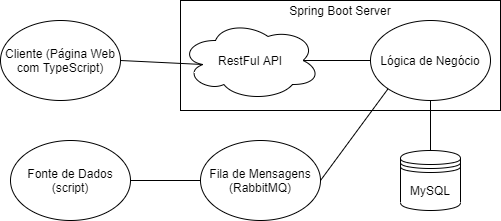
Above: report/projectSpecificationReport/arquitetura.png in rafaelbaptista13/projeto_ies (draw.io), before the change. Source tidied: cells renumbered, new cells last; positions are measured from the earlier drawing's top-left corner, leaving out a move shared by most shapes.
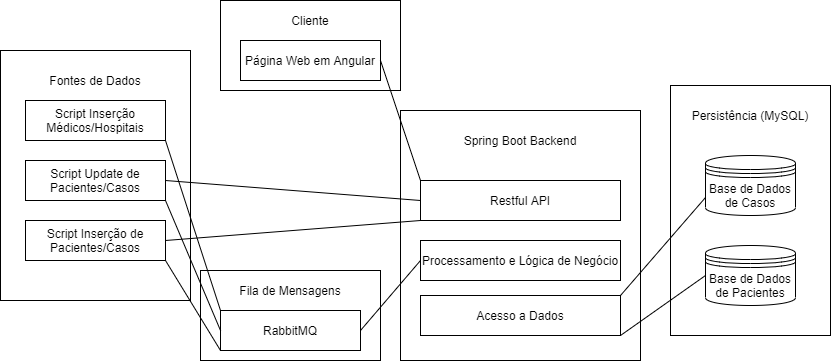
Later version of the same file.

Change to the diagram source:
```diff
@@ -2,44 +2,92 @@
   <root>
     <mxCell id="0" />
     <mxCell id="1" parent="0" />
+    <mxCell id="15" style="rounded=0;whiteSpace=wrap;html=1;" parent="1" vertex="1">
+      <mxGeometry x="250" y="-120" width="180" height="90" as="geometry" />
+    </mxCell>
+    <mxCell id="16" style="rounded=0;whiteSpace=wrap;html=1;" parent="1" vertex="1">
+      <mxGeometry x="230" y="150" width="180" height="90" as="geometry" />
+    </mxCell>
+    <mxCell id="17" style="rounded=0;whiteSpace=wrap;html=1;" parent="1" vertex="1">
+      <mxGeometry x="30" y="-70" width="190" height="250" as="geometry" />
+    </mxCell>
+    <mxCell id="18" style="rounded=0;whiteSpace=wrap;html=1;" parent="1" vertex="1">
+      <mxGeometry x="700" y="-35" width="160" height="250" as="geometry" />
+    </mxCell>
     <mxCell id="2" style="rounded=0;whiteSpace=wrap;html=1;" parent="1" vertex="1">
-      <mxGeometry x="180" width="320" height="110" as="geometry" />
+      <mxGeometry x="430" y="-10" width="240" height="250" as="geometry" />
     </mxCell>
-    <mxCell id="3" value="MySQL" style="shape=datastore;whiteSpace=wrap;html=1;" parent="1" vertex="1">
-      <mxGeometry x="400" y="150" width="60" height="60" as="geometry" />
+    <mxCell id="3" value="Base de Dados de Casos" style="shape=datastore;whiteSpace=wrap;html=1;" parent="1" vertex="1">
+      <mxGeometry x="735" y="35" width="90" height="60" as="geometry" />
     </mxCell>
-    <mxCell id="4" value="Lógica de Negócio" style="ellipse;whiteSpace=wrap;html=1;" parent="1" vertex="1">
-      <mxGeometry x="370" y="20" width="120" height="80" as="geometry" />
-    </mxCell>
-    <mxCell id="5" value="Cliente (Página Web com TypeScript)" style="ellipse;whiteSpace=wrap;html=1;" parent="1" vertex="1">
-      <mxGeometry y="20" width="120" height="80" as="geometry" />
-    </mxCell>
-    <mxCell id="6" value="Fila de Mensagens (RabbitMQ)" style="ellipse;whiteSpace=wrap;html=1;" parent="1" vertex="1">
-      <mxGeometry x="200" y="140" width="120" height="80" as="geometry" />
-    </mxCell>
-    <mxCell id="7" value="Fonte de Dados (script)" style="ellipse;whiteSpace=wrap;html=1;" parent="1" vertex="1">
-      <mxGeometry x="10" y="140" width="120" height="80" as="geometry" />
-    </mxCell>
-    <mxCell id="8" style="endArrow=none;html=1;exitX=1;exitY=0.5;exitDx=0;exitDy=0;entryX=0.16;entryY=0.55;entryDx=0;entryDy=0;entryPerimeter=0;" parent="1" edge="1" source="5" target="14">
-      <mxGeometry relative="1" as="geometry" />
-    </mxCell>
-    <mxCell id="9" style="endArrow=none;html=1;exitX=0.875;exitY=0.5;exitDx=0;exitDy=0;entryX=0;entryY=0.5;entryDx=0;entryDy=0;exitPerimeter=0;" parent="1" edge="1" source="14" target="4">
-      <mxGeometry relative="1" as="geometry" />
-    </mxCell>
-    <mxCell id="10" style="endArrow=none;html=1;exitX=1;exitY=0.5;exitDx=0;exitDy=0;entryX=0;entryY=0.5;entryDx=0;entryDy=0;" parent="1" edge="1" source="7" target="6">
-      <mxGeometry relative="1" as="geometry" />
-    </mxCell>
-    <mxCell id="11" style="endArrow=none;html=1;exitX=1;exitY=0.5;exitDx=0;exitDy=0;entryX=0;entryY=1;entryDx=0;entryDy=0;" parent="1" edge="1" source="6" target="4">
+    <mxCell id="11" style="endArrow=none;html=1;exitX=1;exitY=0.5;exitDx=0;exitDy=0;entryX=0;entryY=0.5;entryDx=0;entryDy=0;" parent="1" edge="1" source="27" target="25">
       <mxGeometry relative="1" as="geometry" />
     </mxCell>
-    <mxCell id="12" style="endArrow=none;html=1;entryX=0.5;entryY=0;entryDx=0;entryDy=0;exitX=0.5;exitY=1;exitDx=0;exitDy=0;" parent="1" edge="1" source="4" target="3">
-      <mxGeometry relative="1" as="geometry" />
-    </mxCell>
-    <mxCell id="13" value="Spring Boot Server" style="text;html=1;strokeColor=none;fillColor=none;align=center;verticalAlign=middle;whiteSpace=wrap;rounded=0;" parent="1" vertex="1">
-      <mxGeometry x="280" width="120" height="20" as="geometry" />
+    <mxCell id="13" value="Spring Boot Backend" style="text;html=1;strokeColor=none;fillColor=none;align=center;verticalAlign=middle;whiteSpace=wrap;rounded=0;" parent="1" vertex="1">
+      <mxGeometry x="430" y="10" width="240" height="20" as="geometry" />
     </mxCell>
-    <mxCell id="14" value="RestFul API" style="ellipse;shape=cloud;whiteSpace=wrap;html=1;align=center;" parent="1" vertex="1">
-      <mxGeometry x="180" y="20" width="140" height="80" as="geometry" />
-    </mxCell>
+    <mxCell id="19" value="Persistência (MySQL)" style="text;html=1;strokeColor=none;fillColor=none;align=center;verticalAlign=middle;whiteSpace=wrap;rounded=0;" parent="1" vertex="1">
+      <mxGeometry x="700" y="-15" width="160" height="20" as="geometry" />
+    </mxCell>
+    <mxCell id="20" value="Base de Dados de Pacientes" style="shape=datastore;whiteSpace=wrap;html=1;" parent="1" vertex="1">
+      <mxGeometry x="735" y="125" width="90" height="60" as="geometry" />
+    </mxCell>
+    <mxCell id="21" value="Fontes de Dados" style="text;html=1;strokeColor=none;fillColor=none;align=center;verticalAlign=middle;whiteSpace=wrap;rounded=0;" parent="1" vertex="1">
+      <mxGeometry x="30" y="-50" width="190" height="20" as="geometry" />
+    </mxCell>
+    <mxCell id="22" value="Acesso a Dados" style="rounded=0;whiteSpace=wrap;html=1;" parent="1" vertex="1">
+      <mxGeometry x="450" y="175" width="200" height="40" as="geometry" />
+    </mxCell>
+    <mxCell id="23" style="endArrow=none;html=1;entryX=1;entryY=0;entryDx=0;entryDy=0;exitX=0;exitY=0.7;exitDx=0;exitDy=0;" parent="1" edge="1" source="3" target="22">
+      <mxGeometry relative="1" as="geometry" />
+    </mxCell>
+    <mxCell id="24" style="endArrow=none;html=1;entryX=1;entryY=1;entryDx=0;entryDy=0;exitX=0;exitY=0.5;exitDx=0;exitDy=0;" parent="1" edge="1" source="20" target="22">
+      <mxGeometry relative="1" as="geometry" />
+    </mxCell>
+    <mxCell id="25" value="Processamento e Lógica de Negócio" style="rounded=0;whiteSpace=wrap;html=1;" parent="1" vertex="1">
+      <mxGeometry x="450" y="120" width="200" height="40" as="geometry" />
+    </mxCell>
+    <mxCell id="26" value="Restful API" style="rounded=0;whiteSpace=wrap;html=1;" parent="1" vertex="1">
+      <mxGeometry x="450" y="60" width="200" height="40" as="geometry" />
+    </mxCell>
+    <mxCell id="27" value="RabbitMQ" style="rounded=0;whiteSpace=wrap;html=1;" parent="1" vertex="1">
+      <mxGeometry x="250" y="190" width="140" height="40" as="geometry" />
+    </mxCell>
+    <mxCell id="28" value="Fila de Mensagens" style="text;html=1;strokeColor=none;fillColor=none;align=center;verticalAlign=middle;whiteSpace=wrap;rounded=0;" parent="1" vertex="1">
+      <mxGeometry x="230" y="160" width="180" height="20" as="geometry" />
+    </mxCell>
+    <mxCell id="29" value="Cliente" style="text;html=1;strokeColor=none;fillColor=none;align=center;verticalAlign=middle;whiteSpace=wrap;rounded=0;" parent="1" vertex="1">
+      <mxGeometry x="260" y="-110" width="160" height="20" as="geometry" />
+    </mxCell>
+    <mxCell id="30" value="Página Web em Angular" style="rounded=0;whiteSpace=wrap;html=1;" parent="1" vertex="1">
+      <mxGeometry x="270" y="-80" width="140" height="40" as="geometry" />
+    </mxCell>
+    <mxCell id="31" style="endArrow=none;html=1;entryX=0;entryY=0;entryDx=0;entryDy=0;exitX=1;exitY=0.5;exitDx=0;exitDy=0;" parent="1" edge="1" source="30" target="26">
+      <mxGeometry relative="1" as="geometry" />
+    </mxCell>
+    <mxCell id="32" value="Script Inserção de Pacientes/Casos" style="rounded=0;whiteSpace=wrap;html=1;" parent="1" vertex="1">
+      <mxGeometry x="55" y="100" width="140" height="40" as="geometry" />
+    </mxCell>
+    <mxCell id="33" style="endArrow=none;html=1;exitX=1;exitY=0.5;exitDx=0;exitDy=0;entryX=0;entryY=1;entryDx=0;entryDy=0;" parent="1" edge="1" source="32" target="26">
+      <mxGeometry relative="1" as="geometry" />
+    </mxCell>
+    <mxCell id="34" value="Script Update de Pacientes/Casos" style="rounded=0;whiteSpace=wrap;html=1;" parent="1" vertex="1">
+      <mxGeometry x="55" y="40" width="140" height="40" as="geometry" />
+    </mxCell>
+    <mxCell id="35" style="endArrow=none;html=1;entryX=1;entryY=0.5;entryDx=0;entryDy=0;exitX=0;exitY=0.5;exitDx=0;exitDy=0;" parent="1" edge="1" source="26" target="34">
+      <mxGeometry relative="1" as="geometry" />
+    </mxCell>
+    <mxCell id="36" value="Script Inserção Médicos/Hospitais" style="rounded=0;whiteSpace=wrap;html=1;" parent="1" vertex="1">
+      <mxGeometry x="55" y="-20" width="140" height="40" as="geometry" />
+    </mxCell>
+    <mxCell id="37" style="endArrow=none;html=1;entryX=1;entryY=1;entryDx=0;entryDy=0;exitX=0;exitY=0;exitDx=0;exitDy=0;" parent="1" edge="1" source="27" target="36">
+      <mxGeometry relative="1" as="geometry" />
+    </mxCell>
+    <mxCell id="38" style="endArrow=none;html=1;entryX=1;entryY=1;entryDx=0;entryDy=0;exitX=0;exitY=0.5;exitDx=0;exitDy=0;" parent="1" edge="1" source="27" target="34">
+      <mxGeometry relative="1" as="geometry" />
+    </mxCell>
+    <mxCell id="39" style="endArrow=none;html=1;entryX=1;entryY=1;entryDx=0;entryDy=0;exitX=0;exitY=1;exitDx=0;exitDy=0;" parent="1" edge="1" source="27" target="32">
+      <mxGeometry relative="1" as="geometry" />
+    </mxCell>
   </root>
 </mxGraphModel>
```
